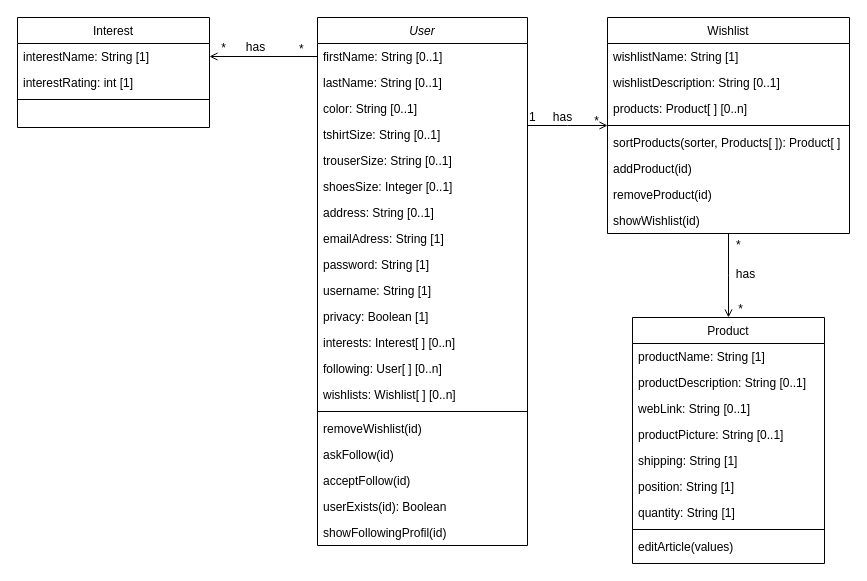
Earlier version of the draw.io diagram Diagrammes/ClassDiagram.drawio (NNepper/LSINF1225-2020-GroupeL1.1-WishList). Source tidied: cells renumbered, new cells numbered last; positions are measured from the earlier drawing's top-left corner, leaving out a move shared by most shapes. Both pictures are drawn from the tidied source at 100%, with x=0, y=0 at pixel (17, 17).
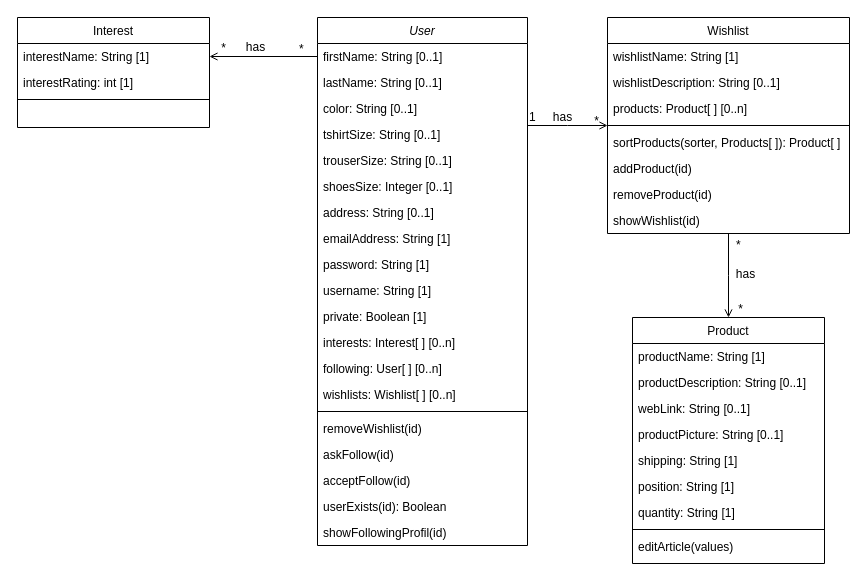
The same diagram, later.

Commit message (it also covers changes not shown here):
Correction faute dans emailAddress

The change refers to these unchanged cells:
```xml
<mxCell id="2" value="User" style="swimlane;fontStyle=2;align=center;verticalAlign=top;horizontal=1;startSize=26;rounded=0;shadow=0;strokeWidth=1;" parent="1" vertex="1">
  <mxGeometry x="300" width="210" height="528" as="geometry" />
</mxCell>
```

The edit, as a diff of the source:
```diff
@@
-    <mxCell id="10" value="emailAdress: String [1]" style="text;align=left;verticalAlign=top;spacingLeft=4;spacingRight=4;overflow=hidden;" parent="2" vertex="1">
+    <mxCell id="10" value="emailAddress: String [1]" style="text;align=left;verticalAlign=top;spacingLeft=4;spacingRight=4;overflow=hidden;" parent="2" vertex="1">
       <mxGeometry y="208" width="210" height="26" as="geometry" />
     </mxCell>
@@
-    <mxCell id="13" value="privacy: Boolean [1]" style="text;align=left;verticalAlign=top;spacingLeft=4;spacingRight=4;overflow=hidden;" parent="2" vertex="1">
+    <mxCell id="13" value="private: Boolean [1]" style="text;align=left;verticalAlign=top;spacingLeft=4;spacingRight=4;overflow=hidden;" parent="2" vertex="1">
       <mxGeometry y="286" width="210" height="26" as="geometry" />
     </mxCell>
```
